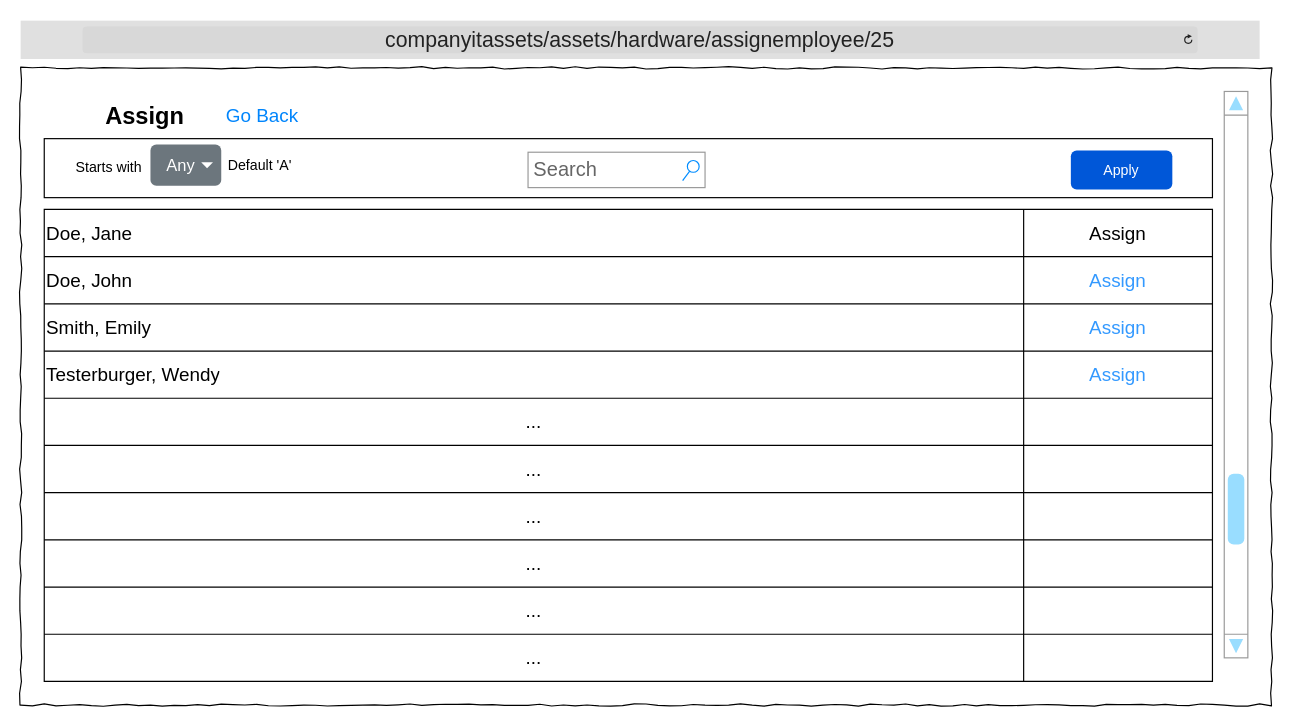
Earlier version of the draw.io diagram Wireframes/ITAT_HWAssets_AssignEmployee.drawio (TRed91/ITAssetTracking). Source tidied: cells renumbered, new cells numbered last; positions are measured from the earlier drawing's top-left corner, leaving out a move shared by most shapes. Both pictures are drawn from the tidied source at 118%, with x=0, y=0 at pixel (20, 20).
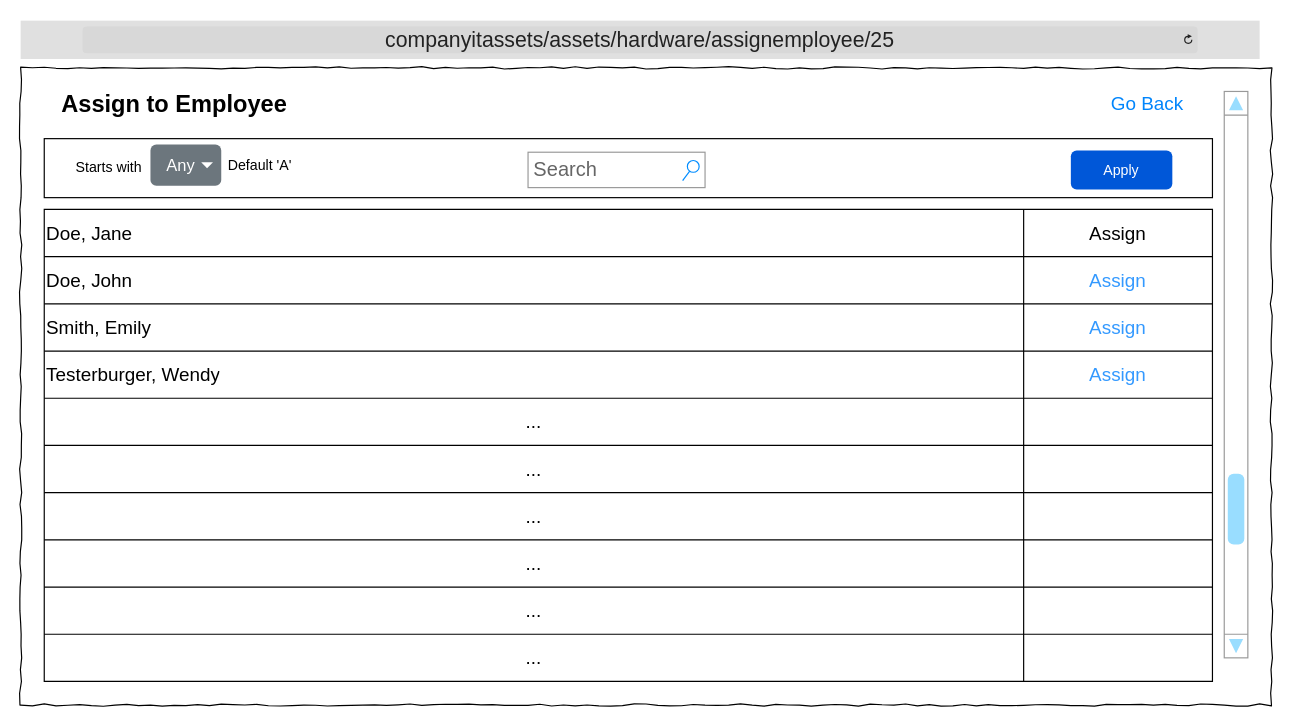
After the change.

The edit, as a diff of the source:
```diff
@@
-    <mxCell id="5" value="&lt;font style=&quot;font-size: 20px;&quot;&gt;Assign&lt;/font&gt;" style="text;strokeColor=none;fillColor=none;html=1;fontSize=24;fontStyle=1;verticalAlign=middle;align=center;" parent="1" vertex="1">
-      <mxGeometry x="30" y="60" width="150" height="40" as="geometry" />
+    <mxCell id="5" value="&lt;font style=&quot;font-size: 20px;&quot;&gt;Assign to Employee&lt;/font&gt;" style="text;strokeColor=none;fillColor=none;html=1;fontSize=24;fontStyle=1;verticalAlign=middle;align=center;" parent="1" vertex="1">
+      <mxGeometry x="20" y="50" width="220" height="40" as="geometry" />
     </mxCell>
     <mxCell id="6" value="Go Back" style="html=1;shadow=0;dashed=0;shape=mxgraph.bootstrap.rrect;rSize=5;strokeColor=none;strokeWidth=1;fillColor=none;fontColor=#0085FC;whiteSpace=wrap;align=center;verticalAlign=middle;spacingLeft=0;fontStyle=0;fontSize=16;spacing=5;" parent="1" vertex="1">
-      <mxGeometry x="170" y="60" width="70" height="40" as="geometry" />
+      <mxGeometry x="920" y="50" width="70" height="40" as="geometry" />
     </mxCell>
```
